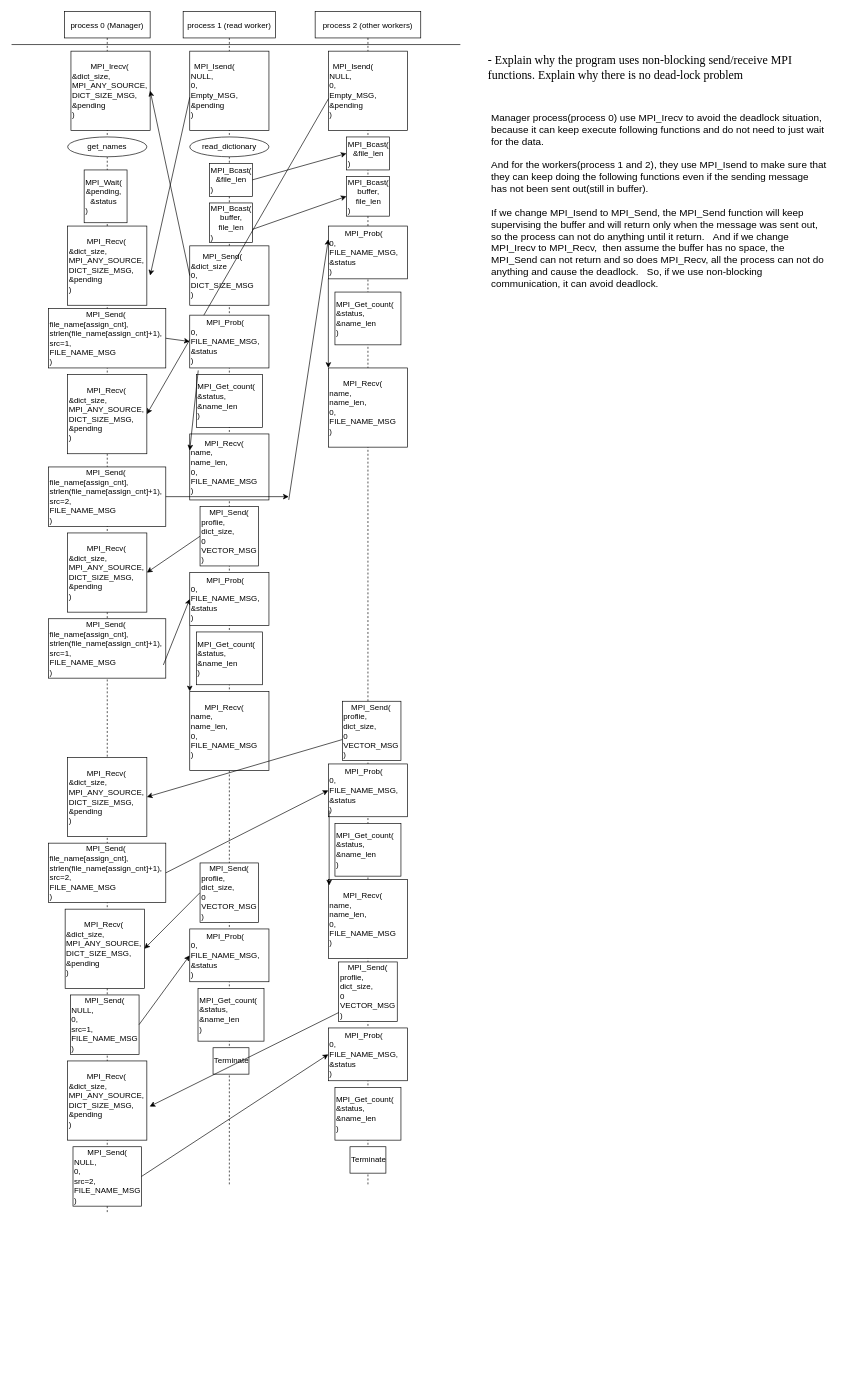
Earlier version of the draw.io diagram Untitled Diagram.drawio (Jacksonacc877/Parallel-Programming-). Source tidied: cells renumbered, new cells numbered last; positions are measured from the earlier drawing's top-left corner, leaving out a move shared by most shapes. Both pictures are drawn from the tidied source at 66%, with x=0, y=0 at pixel (11, 11).
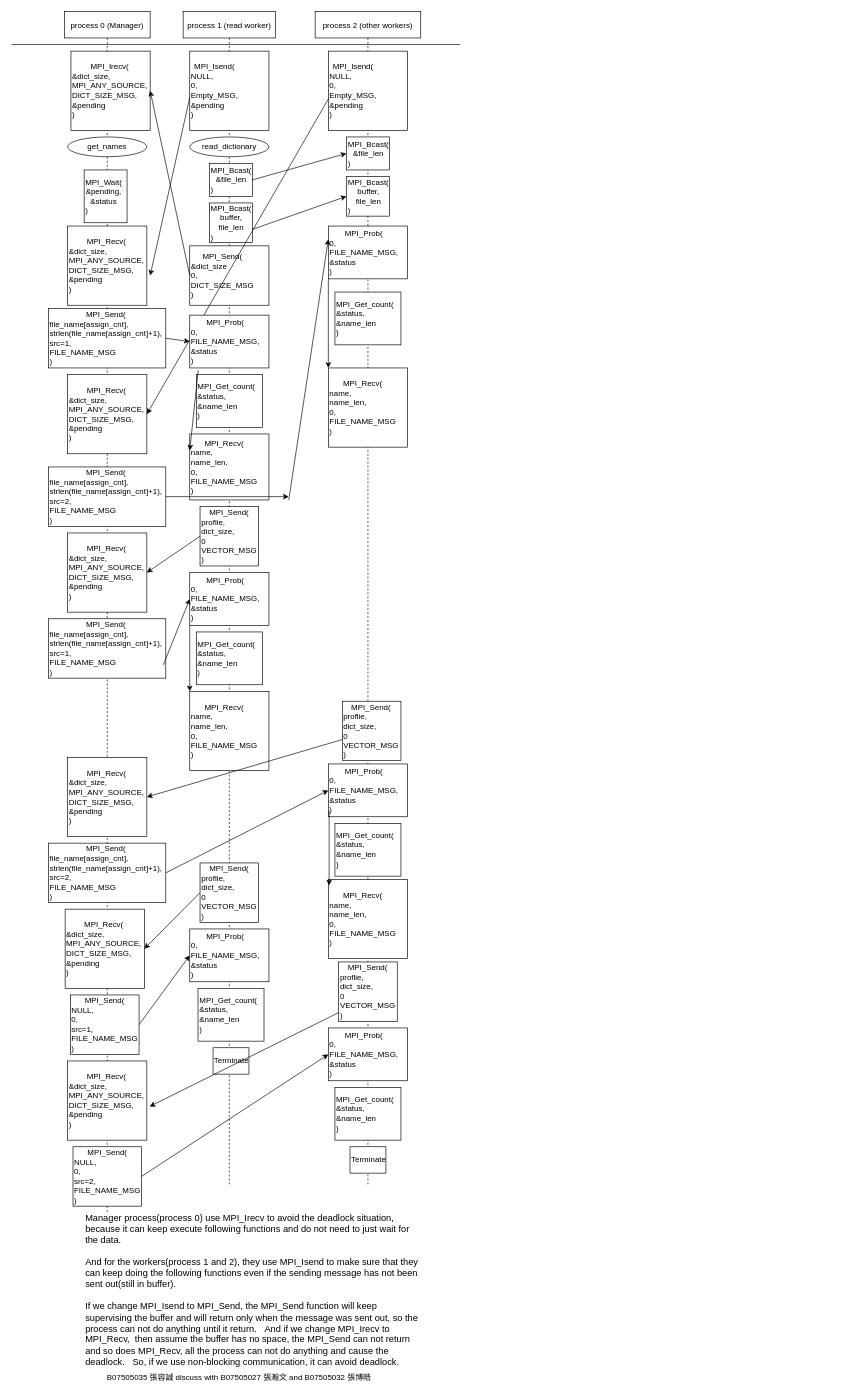
The same diagram, later.

What changed in the source:
```diff
@@
-    <mxCell id="71" value="&lt;span style=&quot;font-family: &amp;#34;times new roman&amp;#34; ; background-color: rgb(255 , 255 , 255)&quot;&gt;&lt;font style=&quot;font-size: 18px&quot;&gt;- Explain why the program uses non-blocking send/receive MPI functions. Explain why there is no dead-lock problem&lt;/font&gt;&lt;/span&gt;" style="text;html=1;strokeColor=none;fillColor=none;align=left;verticalAlign=middle;whiteSpace=wrap;rounded=0;" parent="1" vertex="1">
-      <mxGeometry x="720" y="60" width="520" height="50" as="geometry" />
-    </mxCell>
-    <mxCell id="72" value="&lt;div style=&quot;font-size: 15px&quot;&gt;&lt;font style=&quot;font-size: 15px&quot;&gt;Manager process(process 0) use MPI_Irecv to avoid the deadlock situation, because it can keep execute following functions and do not need to just wait for the data.&lt;/font&gt;&lt;/div&gt;&lt;div style=&quot;font-size: 15px&quot;&gt;&lt;span&gt;&lt;font style=&quot;font-size: 15px&quot;&gt;&amp;nbsp;&lt;/font&gt;&lt;/span&gt;&lt;/div&gt;&lt;div style=&quot;font-size: 15px&quot;&gt;&lt;span&gt;&lt;font style=&quot;font-size: 15px&quot;&gt;And for the workers(process 1 and 2), they use MPI_Isend to make sure that they can keep doing the following functions even if the sending message has not been sent out(still in buffer).&lt;/font&gt;&lt;/span&gt;&lt;/div&gt;&lt;div style=&quot;font-size: 15px&quot;&gt;&lt;span&gt;&lt;font style=&quot;font-size: 15px&quot;&gt;&lt;br&gt;&lt;/font&gt;&lt;/span&gt;&lt;/div&gt;&lt;div style=&quot;font-size: 15px&quot;&gt;&lt;span&gt;&lt;font style=&quot;font-size: 15px&quot;&gt;If we change MPI_Isend to MPI_Send, the MPI_Send function will keep supervising the buffer and will return only when the message was sent out, so the process can not do anything until it return.&amp;nbsp; &amp;nbsp;And if we change MPI_Irecv to MPI_Recv,&amp;nbsp; then assume the buffer has no space, the MPI_Send can not return and so does MPI_Recv, all the process can not do anything and cause the deadlock.&amp;nbsp; &amp;nbsp;So, if we use non-blocking communication, it can avoid deadlock.&lt;/font&gt;&lt;/span&gt;&lt;/div&gt;&lt;div style=&quot;font-size: 15px&quot;&gt;&lt;font style=&quot;font-size: 15px&quot;&gt;&amp;nbsp;&amp;nbsp;&lt;/font&gt;&lt;/div&gt;" style="text;html=1;strokeColor=none;fillColor=none;align=left;verticalAlign=middle;whiteSpace=wrap;rounded=0;" parent="1" vertex="1">
-      <mxGeometry x="725" y="170" width="510" height="250" as="geometry" />
+    <mxCell id="72" value="&lt;div style=&quot;font-size: 14px&quot;&gt;&lt;font style=&quot;font-size: 14px&quot;&gt;Manager process(process 0) use MPI_Irecv to avoid the deadlock situation, because it can keep execute following functions and do not need to just wait for the data.&lt;/font&gt;&lt;/div&gt;&lt;div style=&quot;font-size: 14px&quot;&gt;&lt;span&gt;&lt;font style=&quot;font-size: 14px&quot;&gt;&amp;nbsp;&lt;/font&gt;&lt;/span&gt;&lt;/div&gt;&lt;div style=&quot;font-size: 14px&quot;&gt;&lt;span&gt;&lt;font style=&quot;font-size: 14px&quot;&gt;And for the workers(process 1 and 2), they use MPI_Isend to make sure that they can keep doing the following functions even if the sending message has not been sent out(still in buffer).&lt;/font&gt;&lt;/span&gt;&lt;/div&gt;&lt;div style=&quot;font-size: 14px&quot;&gt;&lt;span&gt;&lt;font style=&quot;font-size: 14px&quot;&gt;&lt;br&gt;&lt;/font&gt;&lt;/span&gt;&lt;/div&gt;&lt;div style=&quot;font-size: 14px&quot;&gt;&lt;span&gt;&lt;font style=&quot;font-size: 14px&quot;&gt;If we change MPI_Isend to MPI_Send, the MPI_Send function will keep supervising the buffer and will return only when the message was sent out, so the process can not do anything until it return.&amp;nbsp; &amp;nbsp;And if we change MPI_Irecv to MPI_Recv,&amp;nbsp; then assume the buffer has no space, the MPI_Send can not return and so does MPI_Recv, all the process can not do anything and cause the deadlock.&amp;nbsp; &amp;nbsp;So, if we use non-blocking communication, it can avoid deadlock.&lt;/font&gt;&lt;/span&gt;&lt;/div&gt;&lt;div style=&quot;font-size: 14px&quot;&gt;&lt;font style=&quot;font-size: 14px&quot;&gt;&amp;nbsp;&amp;nbsp;&lt;/font&gt;&lt;/div&gt;" style="text;html=1;strokeColor=none;fillColor=none;align=left;verticalAlign=middle;whiteSpace=wrap;rounded=0;" parent="1" vertex="1">
+      <mxGeometry x="110" y="1820" width="510" height="250" as="geometry" />
     </mxCell>
+    <mxCell id="73" value="B07505035 張容誠 discuss with B07505027 張瀚文 and B07505032 張博皓" style="text;html=1;strokeColor=none;fillColor=none;align=center;verticalAlign=middle;whiteSpace=wrap;rounded=0;" parent="1" vertex="1">
+      <mxGeometry x="110" y="2060" width="470" height="20" as="geometry" />
+    </mxCell>
```
